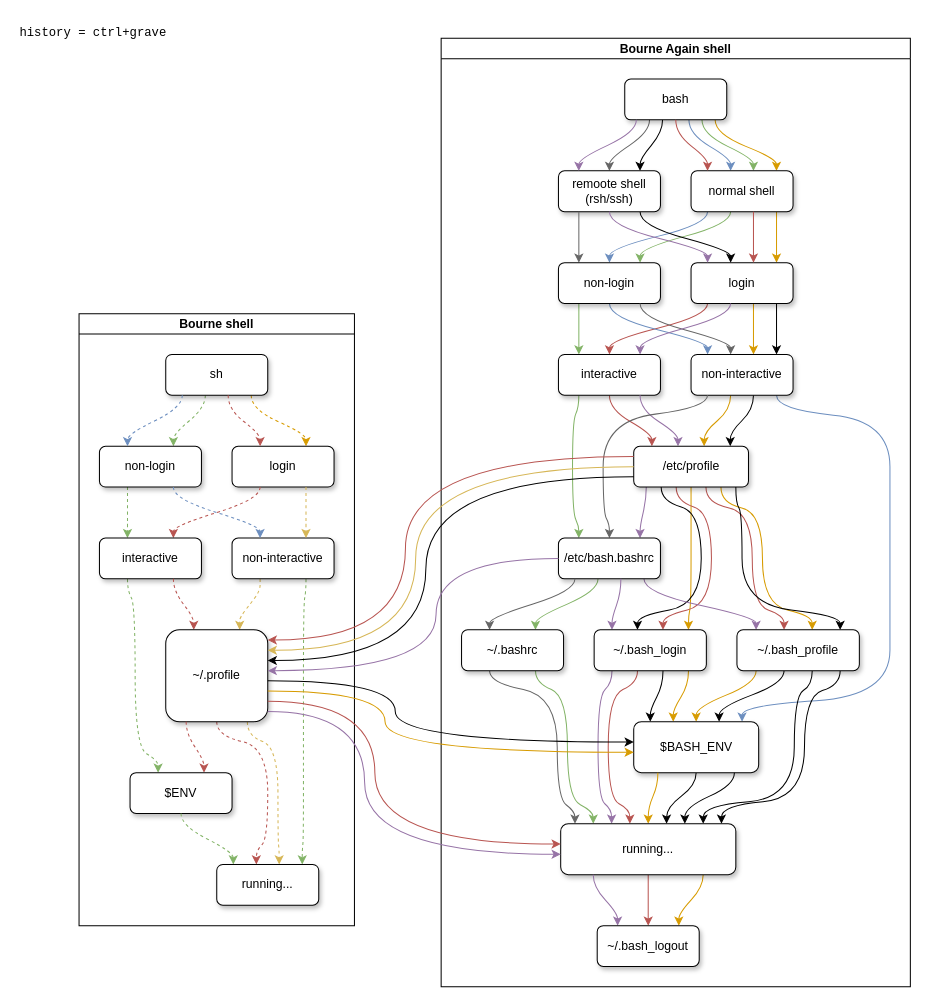
Earlier version of the draw.io diagram diagrams/shell_startup.drawio (xseman/dotfiles). Source tidied: cells renumbered, new cells numbered last; positions are measured from the earlier drawing's top-left corner, leaving out a move shared by most shapes. Both pictures are drawn from the tidied source at 102%, with x=0, y=0 at pixel (17, 17).
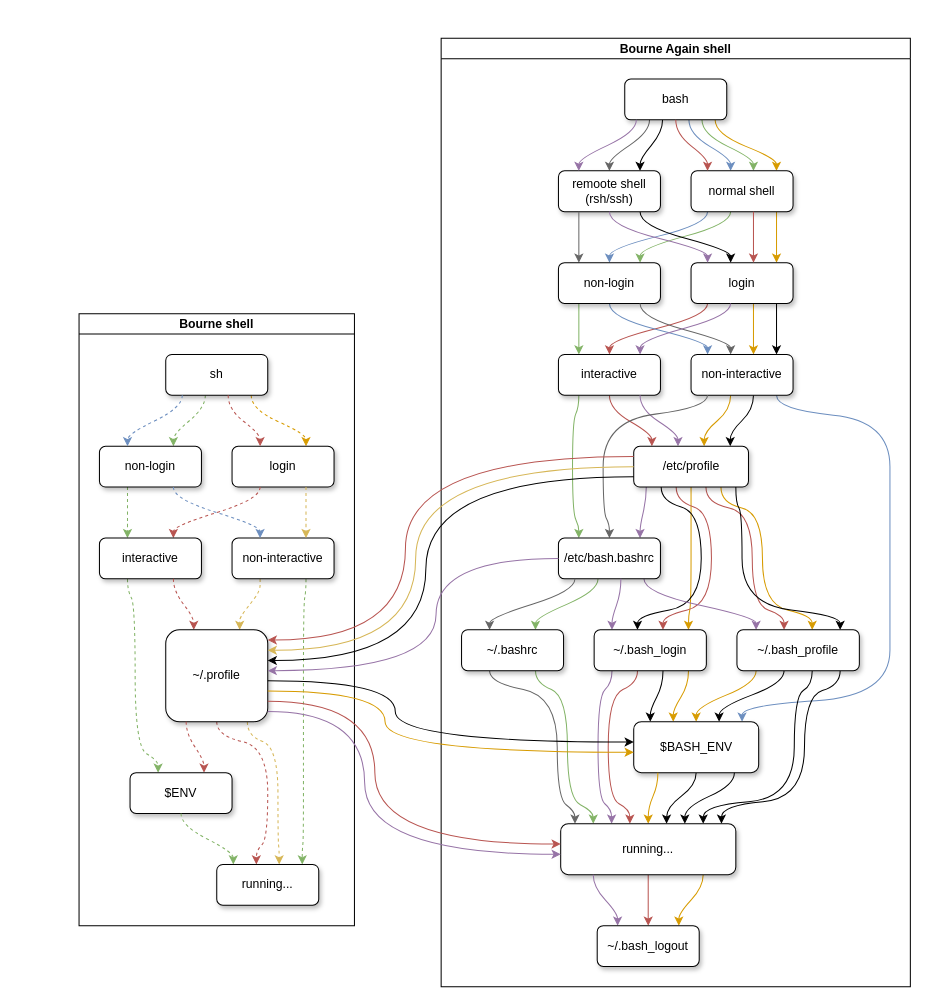
Above is the later version.

Commit message (it also covers changes not shown here):
Add exported diagram image

The edit, as a diff of the source:
```diff
@@
-    <mxCell id="106" value="&lt;code&gt;history = ctrl+grave&lt;/code&gt;" style="text;whiteSpace=wrap;html=1;fontColor=#000000;" parent="1" vertex="1">
-      <mxGeometry width="170" height="30" as="geometry" />
-    </mxCell>
```
